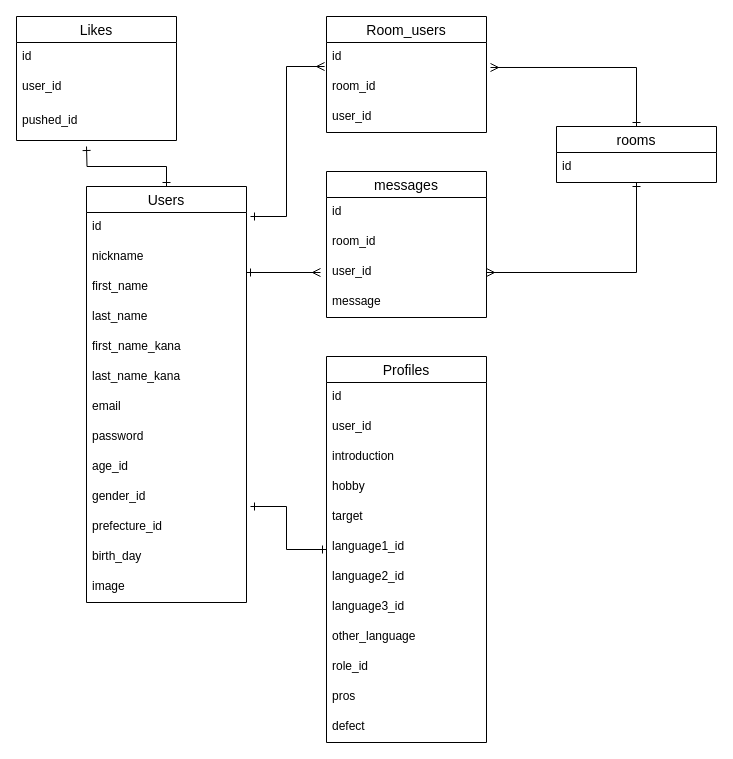
Before: ER図.dio in kiiii8r/e_matching_app, a draw.io diagram. Source tidied: cells renumbered, new cells numbered last; positions are measured from the earlier drawing's top-left corner, leaving out a move shared by most shapes. Both pictures are drawn from the tidied source at 100%, with x=0, y=0 at pixel (16, 16).
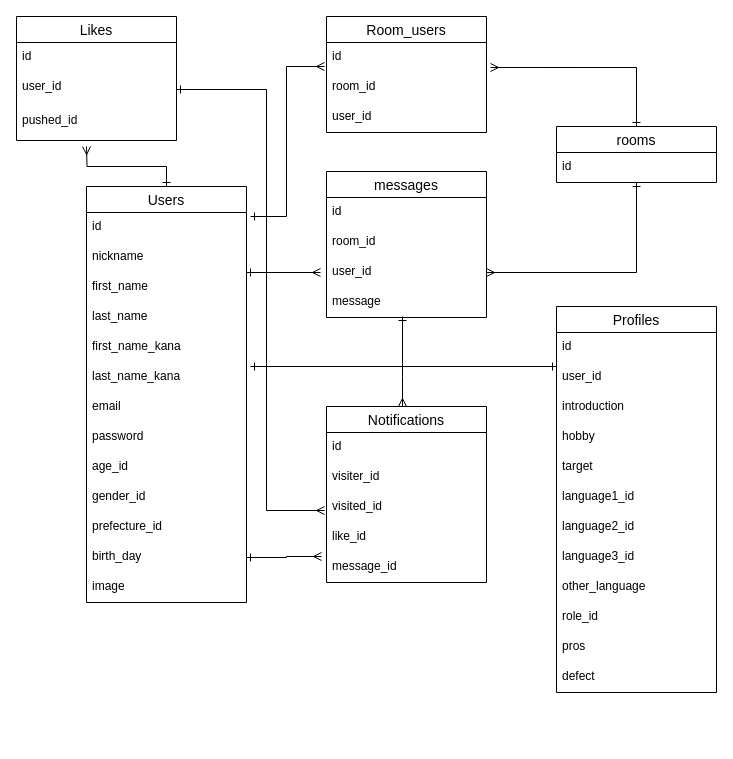
Above is the later version.

The change refers to these unchanged cells:
```xml
<mxCell id="4" value="user_id" style="text;strokeColor=none;fillColor=none;spacingLeft=4;spacingRight=4;overflow=hidden;points=[[0,0.5],[1,0.5]];portConstraint=eastwest;fontSize=12;" parent="2" vertex="1">
  <mxGeometry y="56" width="160" height="34" as="geometry" />
</mxCell>
<mxCell id="8" value="Users" style="swimlane;fontStyle=0;horizontal=1;startSize=26;align=center;fontSize=14;" parent="1" vertex="1">
  <mxGeometry x="70" y="170" width="160" height="416" as="geometry" />
</mxCell>
<mxCell id="19" value="gender_id" style="text;strokeColor=none;fillColor=none;spacingLeft=4;spacingRight=4;overflow=hidden;points=[[0,0.5],[1,0.5]];portConstraint=eastwest;fontSize=12;" parent="8" vertex="1">
  <mxGeometry y="296" width="160" height="30" as="geometry" />
</mxCell>
<mxCell id="21" value="birth_day" style="text;strokeColor=none;fillColor=none;spacingLeft=4;spacingRight=4;overflow=hidden;points=[[0,0.5],[1,0.5]];portConstraint=eastwest;fontSize=12;" parent="8" vertex="1">
  <mxGeometry y="356" width="160" height="30" as="geometry" />
</mxCell>
<mxCell id="34" value="message" style="text;strokeColor=none;fillColor=none;spacingLeft=4;spacingRight=4;overflow=hidden;points=[[0,0.5],[1,0.5]];portConstraint=eastwest;fontSize=12;" parent="30" vertex="1">
  <mxGeometry y="116" width="160" height="30" as="geometry" />
</mxCell>
```

What changed in the source:
```diff
@@
-    <mxCell id="6" style="edgeStyle=orthogonalEdgeStyle;rounded=0;jettySize=auto;html=1;endArrow=ERone;endFill=0;startArrow=ERone;startFill=0;entryX=1.025;entryY=0.8;entryDx=0;entryDy=0;entryPerimeter=0;" parent="1" edge="1" source="37" target="19">
-      <mxGeometry relative="1" as="geometry" />
+    <mxCell id="6" style="edgeStyle=orthogonalEdgeStyle;rounded=0;jettySize=auto;html=1;endArrow=ERone;endFill=0;startArrow=ERone;startFill=0;" parent="1" edge="1" source="37">
+      <mxGeometry relative="1" as="geometry">
+        <mxPoint x="234" y="350" as="targetPoint" />
+        <Array as="points">
+          <mxPoint x="234" y="350" />
+        </Array>
+      </mxGeometry>
     </mxCell>
-    <mxCell id="7" style="edgeStyle=orthogonalEdgeStyle;rounded=0;jettySize=auto;html=1;startArrow=ERone;startFill=0;endArrow=ERone;endFill=0;" parent="1" edge="1" source="8">
+    <mxCell id="7" style="edgeStyle=orthogonalEdgeStyle;rounded=0;jettySize=auto;html=1;startArrow=ERone;startFill=0;endArrow=ERmany;endFill=0;" parent="1" edge="1" source="8">
       <mxGeometry relative="1" as="geometry">
         <mxPoint x="70" y="130" as="targetPoint" />
       </mxGeometry>
     </mxCell>
@@
+    <mxCell id="50" style="edgeStyle=orthogonalEdgeStyle;rounded=0;jettySize=auto;html=1;entryX=0.475;entryY=0.967;entryDx=0;entryDy=0;entryPerimeter=0;startArrow=ERmany;startFill=0;endArrow=ERone;endFill=0;" parent="1" edge="1" source="51" target="34">
+      <mxGeometry relative="1" as="geometry">
+        <Array as="points">
+          <mxPoint x="386" y="360" />
+          <mxPoint x="386" y="360" />
+        </Array>
+      </mxGeometry>
+    </mxCell>
+    <mxCell id="51" value="Notifications" style="swimlane;fontStyle=0;horizontal=1;startSize=26;align=center;fontSize=14;" parent="1" vertex="1">
+      <mxGeometry x="310" y="390" width="160" height="176" as="geometry" />
+    </mxCell>
+    <mxCell id="52" value="id" style="text;strokeColor=none;fillColor=none;spacingLeft=4;spacingRight=4;overflow=hidden;fontSize=12;" parent="51" vertex="1">
+      <mxGeometry y="26" width="160" height="30" as="geometry" />
+    </mxCell>
+    <mxCell id="53" value="visiter_id" style="text;strokeColor=none;fillColor=none;spacingLeft=4;spacingRight=4;overflow=hidden;fontSize=12;" parent="51" vertex="1">
+      <mxGeometry y="56" width="160" height="30" as="geometry" />
+    </mxCell>
+    <mxCell id="54" value="visited_id" style="text;strokeColor=none;fillColor=none;spacingLeft=4;spacingRight=4;overflow=hidden;points=[[0,0.5],[1,0.5]];portConstraint=eastwest;fontSize=12;" parent="51" vertex="1">
+      <mxGeometry y="86" width="160" height="30" as="geometry" />
+    </mxCell>
+    <mxCell id="55" value="like_id" style="text;strokeColor=none;fillColor=none;spacingLeft=4;spacingRight=4;overflow=hidden;fontSize=12;" parent="51" vertex="1">
+      <mxGeometry y="116" width="160" height="30" as="geometry" />
+    </mxCell>
+    <mxCell id="56" value="message_id" style="text;strokeColor=none;fillColor=none;spacingLeft=4;spacingRight=4;overflow=hidden;points=[[0,0.5],[1,0.5]];portConstraint=eastwest;fontSize=12;" parent="51" vertex="1">
+      <mxGeometry y="146" width="160" height="30" as="geometry" />
+    </mxCell>
+    <mxCell id="57" style="edgeStyle=orthogonalEdgeStyle;rounded=0;jettySize=auto;html=1;entryX=-0.012;entryY=0.6;entryDx=0;entryDy=0;entryPerimeter=0;startArrow=ERone;startFill=0;endArrow=ERmany;endFill=0;" parent="1" edge="1" source="4" target="54">
+      <mxGeometry relative="1" as="geometry">
+        <Array as="points">
+          <mxPoint x="250" y="73" />
+          <mxPoint x="250" y="494" />
+        </Array>
+      </mxGeometry>
+    </mxCell>
+    <mxCell id="58" style="edgeStyle=orthogonalEdgeStyle;rounded=0;jettySize=auto;html=1;entryX=-0.031;entryY=0.133;entryDx=0;entryDy=0;entryPerimeter=0;startArrow=ERone;startFill=0;endArrow=ERmany;endFill=0;" parent="1" edge="1" source="21" target="56">
+      <mxGeometry relative="1" as="geometry">
+        <Array as="points">
+          <mxPoint x="270" y="541" />
+          <mxPoint x="270" y="540" />
+        </Array>
+      </mxGeometry>
+    </mxCell>
     <mxCell id="37" value="Profiles" style="swimlane;fontStyle=0;horizontal=1;startSize=26;align=center;fontSize=14;" parent="1" vertex="1">
-      <mxGeometry x="310" y="340" width="160" height="386" as="geometry" />
+      <mxGeometry x="540" y="290" width="160" height="386" as="geometry" />
     </mxCell>
```
